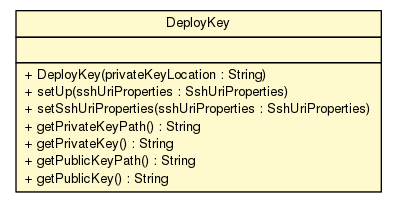
Before: snapshot/build-docker/maven-build-java8/spring-cloud-config/spring-cloud-config-server/apidocs/cn/home1/cloud/config/server/ssh/DeployKey.png, a diagram exported from Graphviz (sfeng9d/spring-cloud-config). Its source is kept beside it as snapshot/build-docker/maven-build-java8/spring-cloud-config/spring-cloud-config-server/apidocs/cn/home1/cloud/config/server/ssh/DeployKey.dot. The source it was exported from:
```dot

digraph G {
	edge [fontname="Helvetica",fontsize=10,labelfontname="Helvetica",labelfontsize=10];
	node [fontname="Helvetica",fontsize=10,shape=plaintext];
	nodesep=0.25;
	ranksep=0.5;
	c259 [label=<<table title="cn.home1.cloud.config.server.ssh.DeployKey" border="0" cellborder="1" cellspacing="0" cellpadding="2" port="p" bgcolor="lemonChiffon" href="./DeployKey.html">
		<tr><td><table border="0" cellspacing="0" cellpadding="1">
<tr><td align="center" balign="center"> DeployKey </td></tr>
		</table></td></tr>
		<tr><td><table border="0" cellspacing="0" cellpadding="1">
<tr><td align="left" balign="left">  </td></tr>
		</table></td></tr>
		<tr><td><table border="0" cellspacing="0" cellpadding="1">
<tr><td align="left" balign="left"> + DeployKey(privateKeyLocation : String) </td></tr>
<tr><td align="left" balign="left"> + setUp(sshUriProperties : SshUriProperties) </td></tr>
<tr><td align="left" balign="left"> + setSshUriProperties(sshUriProperties : SshUriProperties) </td></tr>
<tr><td align="left" balign="left"> + getPrivateKeyPath() : String </td></tr>
<tr><td align="left" balign="left"> + getPrivateKey() : String </td></tr>
<tr><td align="left" balign="left"> + getPublicKeyPath() : String </td></tr>
<tr><td align="left" balign="left"> + getPublicKey() : String </td></tr>
		</table></td></tr>
		</table>>, URL="./DeployKey.html", fontname="Helvetica", fontcolor="black", fontsize=10.0];
}
```
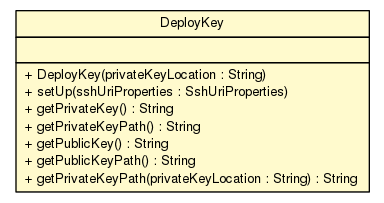
After the commit.

Diff of the diagram source:
```diff
@@ -4,7 +4,7 @@
 	node [fontname="Helvetica",fontsize=10,shape=plaintext];
 	nodesep=0.25;
 	ranksep=0.5;
-	c259 [label=<<table title="cn.home1.cloud.config.server.ssh.DeployKey" border="0" cellborder="1" cellspacing="0" cellpadding="2" port="p" bgcolor="lemonChiffon" href="./DeployKey.html">
+	c245 [label=<<table title="cn.home1.cloud.config.server.ssh.DeployKey" border="0" cellborder="1" cellspacing="0" cellpadding="2" port="p" bgcolor="lemonChiffon" href="./DeployKey.html">
 		<tr><td><table border="0" cellspacing="0" cellpadding="1">
 <tr><td align="center" balign="center"> DeployKey </td></tr>
 		</table></td></tr>
@@ -14,11 +14,11 @@
 		<tr><td><table border="0" cellspacing="0" cellpadding="1">
 <tr><td align="left" balign="left"> + DeployKey(privateKeyLocation : String) </td></tr>
 <tr><td align="left" balign="left"> + setUp(sshUriProperties : SshUriProperties) </td></tr>
-<tr><td align="left" balign="left"> + setSshUriProperties(sshUriProperties : SshUriProperties) </td></tr>
+<tr><td align="left" balign="left"> + getPrivateKey() : String </td></tr>
 <tr><td align="left" balign="left"> + getPrivateKeyPath() : String </td></tr>
-<tr><td align="left" balign="left"> + getPrivateKey() : String </td></tr>
+<tr><td align="left" balign="left"> + getPublicKey() : String </td></tr>
 <tr><td align="left" balign="left"> + getPublicKeyPath() : String </td></tr>
-<tr><td align="left" balign="left"> + getPublicKey() : String </td></tr>
+<tr><td align="left" balign="left"> + getPrivateKeyPath(privateKeyLocation : String) : String </td></tr>
 		</table></td></tr>
 		</table>>, URL="./DeployKey.html", fontname="Helvetica", fontcolor="black", fontsize=10.0];
 }
```
